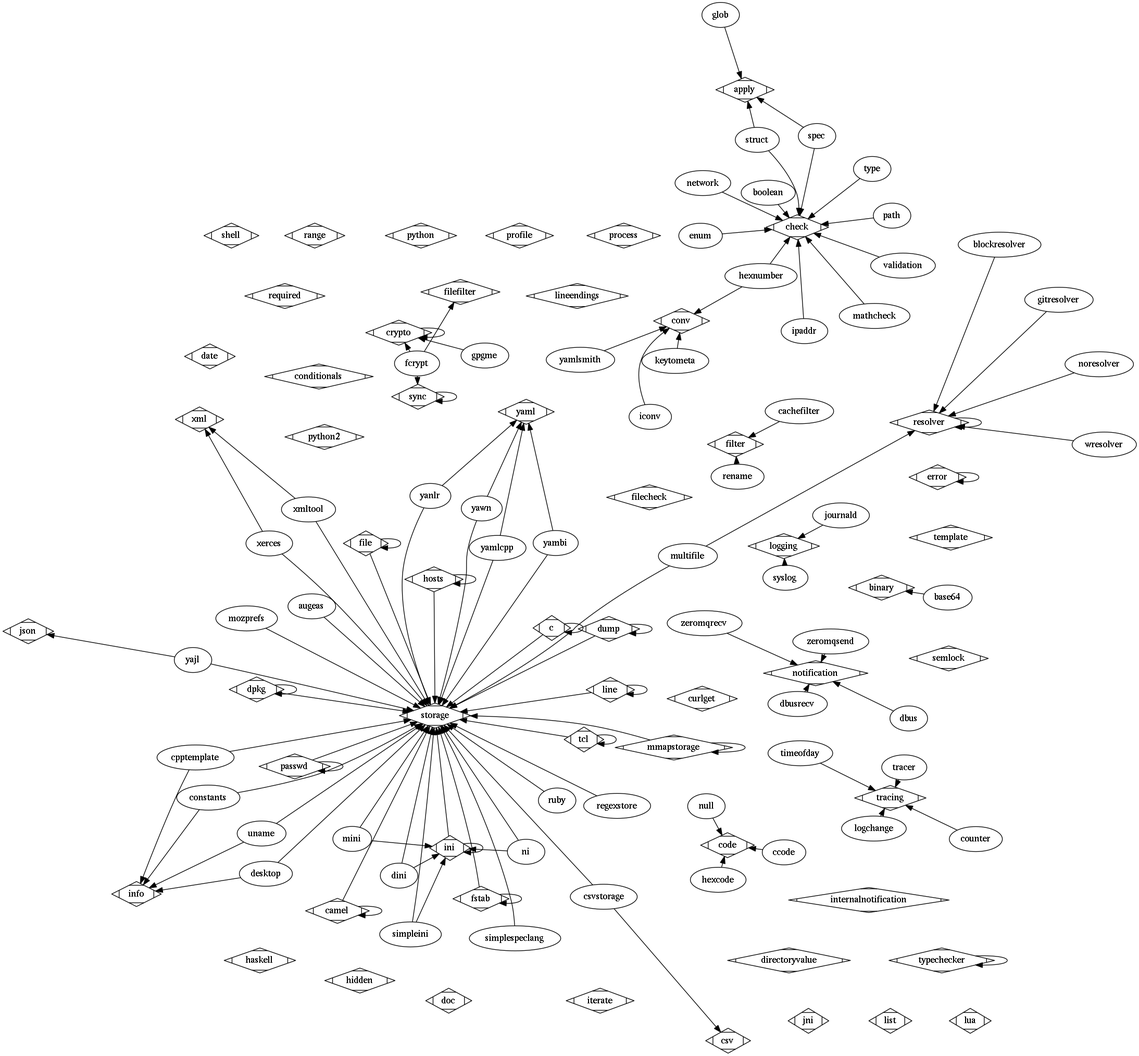
This is doc/images/plugins.png from ElektraInitiative/libelektra, a Graphviz export, as it was before one commit. Its source is kept beside it as doc/images/plugins.dot.
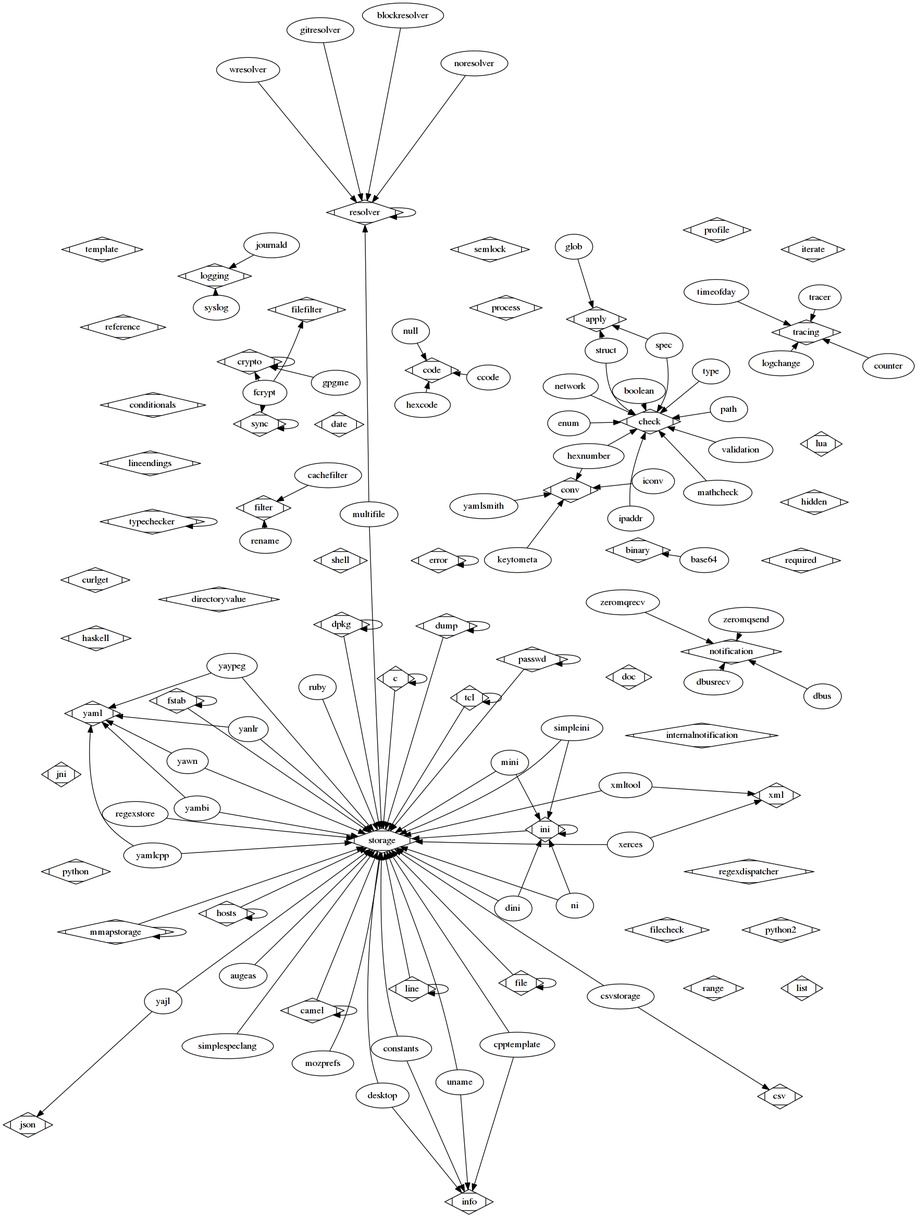
Later version of the same file.

Commit message:
release: update plugin overview

What changed in the source:
```diff
@@ -159,6 +159,8 @@
 	python [shape=Mdiamond];
 	python2 [shape=Mdiamond];
 	range [shape=Mdiamond];
+	reference [shape=Mdiamond];
+	regexdispatcher [shape=Mdiamond];
 	storage [shape=Mdiamond];
 	regexstore -> storage;
 	filter [shape=Mdiamond];
@@ -239,6 +241,10 @@
 	yawn -> storage;
 	yaml [shape=Mdiamond];
 	yawn -> yaml;
+	storage [shape=Mdiamond];
+	yaypeg -> storage;
+	yaml [shape=Mdiamond];
+	yaypeg -> yaml;
 	notification [shape=Mdiamond];
 	zeromqrecv -> notification;
 	notification [shape=Mdiamond];
```
